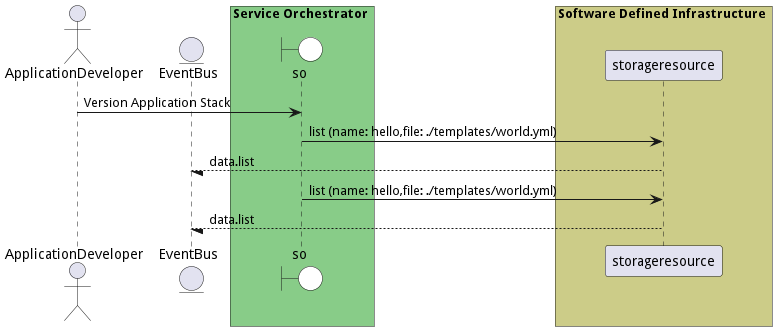
madajaju/edgemere keeps this PlantUML diagram as docs/edgemere/sml/so/usecases/managestacks/VersionApplicationStack.png. Above is the earlier version. Source of this version:
```plantuml
@startuml

actor "ApplicationDeveloper"


entity EventBus

box Service Orchestrator #88cc88
    boundary so #white
end box


box Software Defined Infrastructure #cccc88
            participant storageresource
    end box


"ApplicationDeveloper" -> so: Version Application Stack

    so -> "storageresource": list (name: hello,file: ./templates/world.yml)

    "storageresource" --/ EventBus: data.list

    so -> "storageresource": list (name: hello,file: ./templates/world.yml)

    "storageresource" --/ EventBus: data.list



@enduml
```
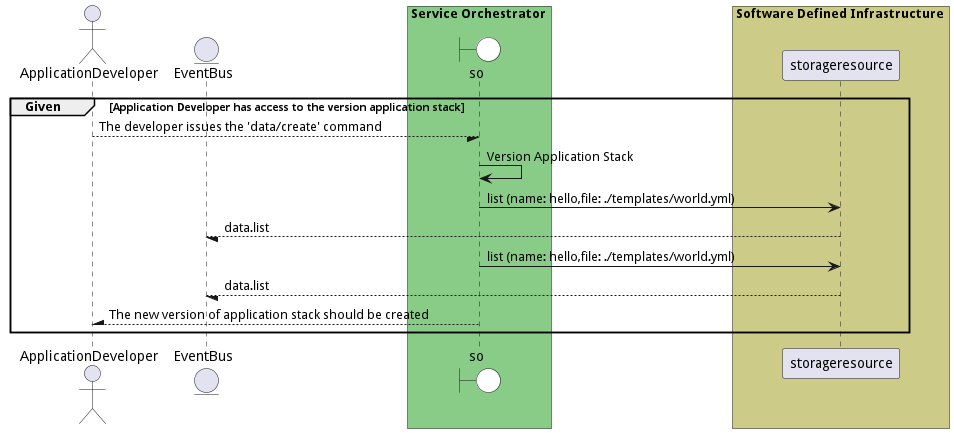
Above is the later version.

The edit, as a diff of the source:
```diff
@@ -1,4 +1,5 @@
 @startuml
+
 
 actor "ApplicationDeveloper"
 
@@ -14,8 +15,10 @@
             participant storageresource
     end box
 
+group Given [Application Developer has access to the version application stack]
 
-"ApplicationDeveloper" -> so: Version Application Stack
+"ApplicationDeveloper" --/ so: The developer issues the &#39;data/create&#39; command
+"so" -> so: Version Application Stack
 
     so -> "storageresource": list (name: hello,file: ./templates/world.yml)
 
@@ -27,4 +30,9 @@
 
 
 
+"ApplicationDeveloper" /-- so: The new version of application stack should be created
+
+
+end
+
 @enduml
```
